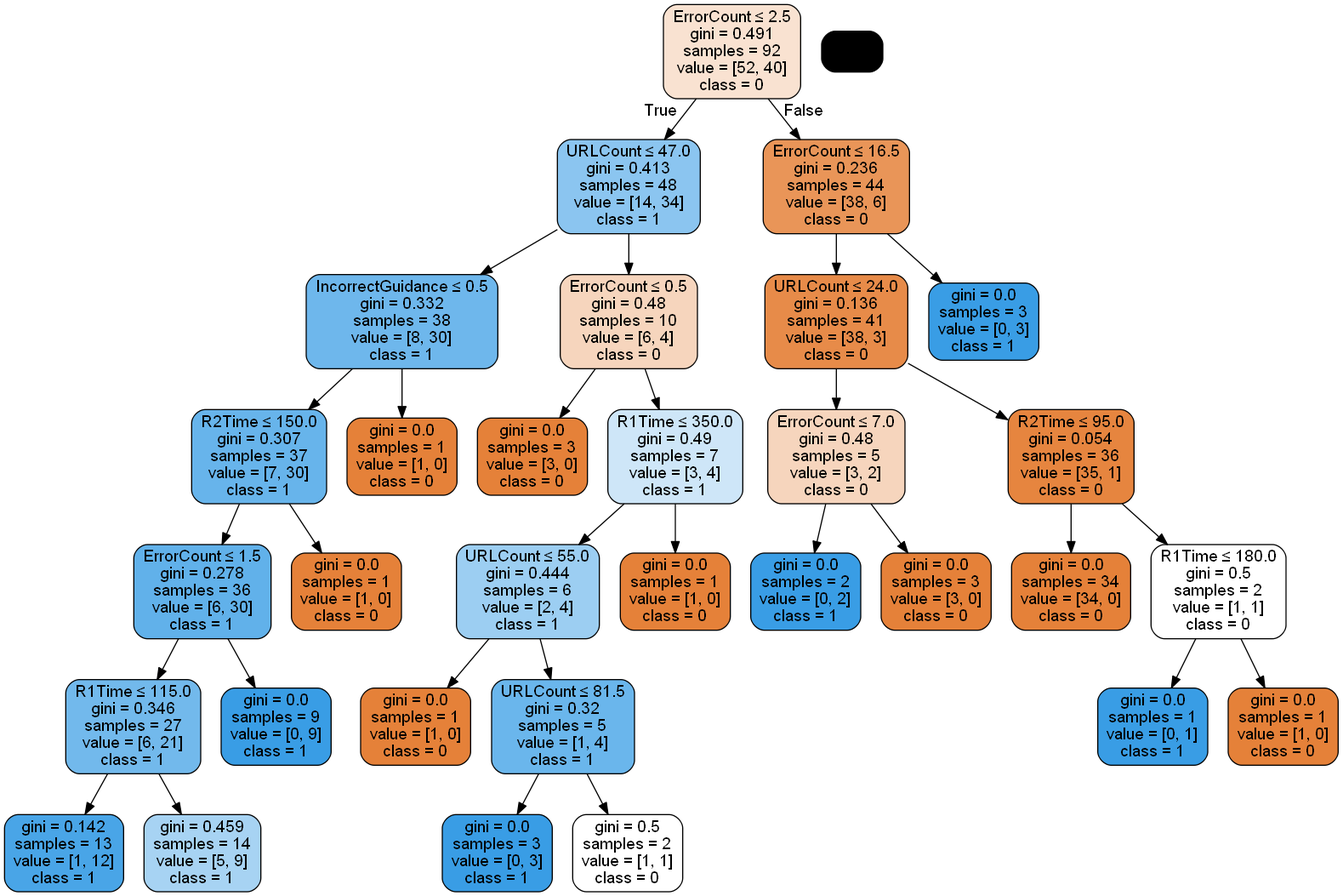
Above: tree.png in Yumil22/Curso_Python (Graphviz), before the change. Its source is kept beside it as tree.dot.
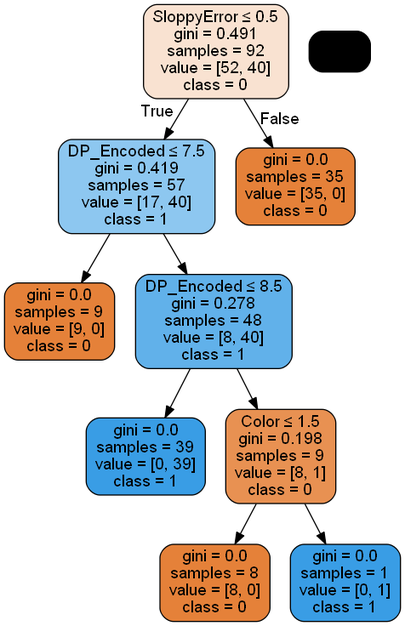
After the change.

Change to the diagram source:
```diff
@@ -1,64 +1,20 @@
 digraph Tree {
 node [shape=box] ;
-0 [label="ErrorCount <= 2.5\ngini = 0.491\nsamples = 92\nvalue = [52, 40]"] ;
-1 [label="URLCount <= 47.0\ngini = 0.413\nsamples = 48\nvalue = [14, 34]"] ;
+0 [label="SloppyError <= 0.5\ngini = 0.491\nsamples = 92\nvalue = [52, 40]"] ;
+1 [label="DP_Encoded <= 7.5\ngini = 0.419\nsamples = 57\nvalue = [17, 40]"] ;
 0 -> 1 [labeldistance=2.5, labelangle=45, headlabel="True"] ;
-2 [label="IncorrectGuidance <= 0.5\ngini = 0.332\nsamples = 38\nvalue = [8, 30]"] ;
+2 [label="gini = 0.0\nsamples = 9\nvalue = [9, 0]"] ;
 1 -> 2 ;
-3 [label="R2Time <= 150.0\ngini = 0.307\nsamples = 37\nvalue = [7, 30]"] ;
-2 -> 3 ;
-4 [label="ErrorCount <= 1.5\ngini = 0.278\nsamples = 36\nvalue = [6, 30]"] ;
+3 [label="DP_Encoded <= 8.5\ngini = 0.278\nsamples = 48\nvalue = [8, 40]"] ;
+1 -> 3 ;
+4 [label="gini = 0.0\nsamples = 39\nvalue = [0, 39]"] ;
 3 -> 4 ;
-5 [label="R1Time <= 115.0\ngini = 0.346\nsamples = 27\nvalue = [6, 21]"] ;
-4 -> 5 ;
-6 [label="gini = 0.142\nsamples = 13\nvalue = [1, 12]"] ;
+5 [label="Color <= 1.5\ngini = 0.198\nsamples = 9\nvalue = [8, 1]"] ;
+3 -> 5 ;
+6 [label="gini = 0.0\nsamples = 8\nvalue = [8, 0]"] ;
 5 -> 6 ;
-7 [label="gini = 0.459\nsamples = 14\nvalue = [5, 9]"] ;
+7 [label="gini = 0.0\nsamples = 1\nvalue = [0, 1]"] ;
 5 -> 7 ;
-8 [label="gini = 0.0\nsamples = 9\nvalue = [0, 9]"] ;
-4 -> 8 ;
-9 [label="gini = 0.0\nsamples = 1\nvalue = [1, 0]"] ;
-3 -> 9 ;
-10 [label="gini = 0.0\nsamples = 1\nvalue = [1, 0]"] ;
-2 -> 10 ;
-11 [label="ErrorCount <= 0.5\ngini = 0.48\nsamples = 10\nvalue = [6, 4]"] ;
-1 -> 11 ;
-12 [label="gini = 0.0\nsamples = 3\nvalue = [3, 0]"] ;
-11 -> 12 ;
-13 [label="R1Time <= 350.0\ngini = 0.49\nsamples = 7\nvalue = [3, 4]"] ;
-11 -> 13 ;
-14 [label="URLCount <= 55.0\ngini = 0.444\nsamples = 6\nvalue = [2, 4]"] ;
-13 -> 14 ;
-15 [label="gini = 0.0\nsamples = 1\nvalue = [1, 0]"] ;
-14 -> 15 ;
-16 [label="URLCount <= 81.5\ngini = 0.32\nsamples = 5\nvalue = [1, 4]"] ;
-14 -> 16 ;
-17 [label="gini = 0.0\nsamples = 3\nvalue = [0, 3]"] ;
-16 -> 17 ;
-18 [label="gini = 0.5\nsamples = 2\nvalue = [1, 1]"] ;
-16 -> 18 ;
-19 [label="gini = 0.0\nsamples = 1\nvalue = [1, 0]"] ;
-13 -> 19 ;
-20 [label="ErrorCount <= 16.5\ngini = 0.236\nsamples = 44\nvalue = [38, 6]"] ;
-0 -> 20 [labeldistance=2.5, labelangle=-45, headlabel="False"] ;
-21 [label="URLCount <= 24.0\ngini = 0.136\nsamples = 41\nvalue = [38, 3]"] ;
-20 -> 21 ;
-22 [label="ErrorCount <= 7.0\ngini = 0.48\nsamples = 5\nvalue = [3, 2]"] ;
-21 -> 22 ;
-23 [label="gini = 0.0\nsamples = 2\nvalue = [0, 2]"] ;
-22 -> 23 ;
-24 [label="gini = 0.0\nsamples = 3\nvalue = [3, 0]"] ;
-22 -> 24 ;
-25 [label="R2Time <= 95.0\ngini = 0.054\nsamples = 36\nvalue = [35, 1]"] ;
-21 -> 25 ;
-26 [label="gini = 0.0\nsamples = 34\nvalue = [34, 0]"] ;
-25 -> 26 ;
-27 [label="R1Time <= 180.0\ngini = 0.5\nsamples = 2\nvalue = [1, 1]"] ;
-25 -> 27 ;
-28 [label="gini = 0.0\nsamples = 1\nvalue = [0, 1]"] ;
-27 -> 28 ;
-29 [label="gini = 0.0\nsamples = 1\nvalue = [1, 0]"] ;
-27 -> 29 ;
-30 [label="gini = 0.0\nsamples = 3\nvalue = [0, 3]"] ;
-20 -> 30 ;
+8 [label="gini = 0.0\nsamples = 35\nvalue = [35, 0]"] ;
+0 -> 8 [labeldistance=2.5, labelangle=-45, headlabel="False"] ;
 }
```
